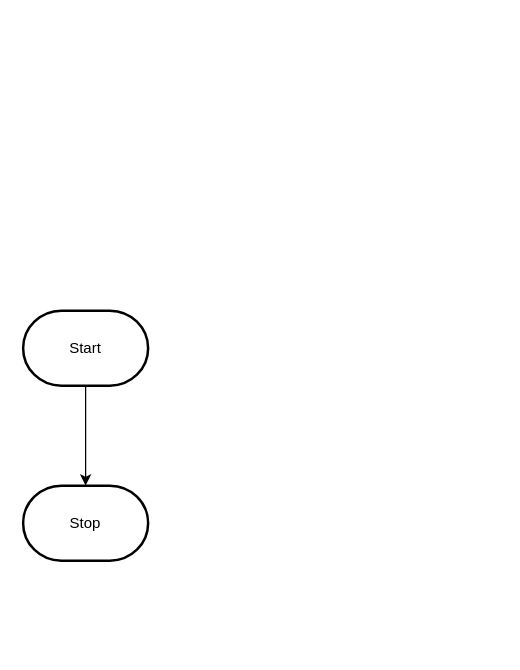
Before: design/flowchart.drawio in MTHS-ICS2O-2-2022/ICS2O-Unit-3-02-Olivia-Boyce-Richardson, a draw.io diagram. Source tidied: cells renumbered, new cells numbered last; positions are measured from the earlier drawing's top-left corner, leaving out a move shared by most shapes. Both pictures are drawn from the tidied source at 125%, with x=0, y=0 at pixel (22, 310).
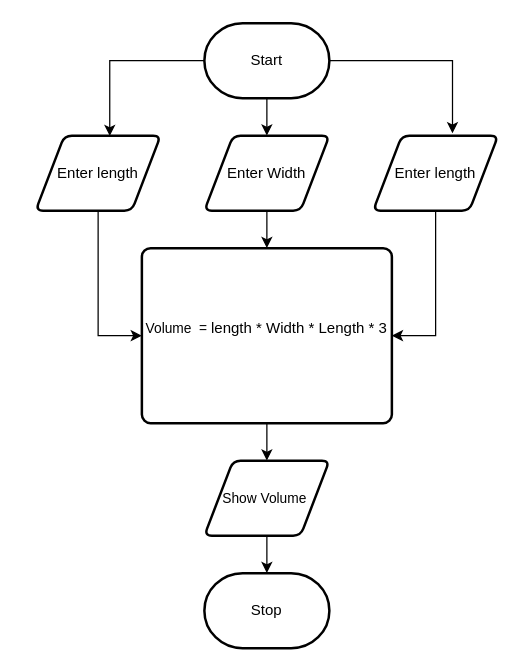
Above is the later version.

Change to the diagram source:
```diff
@@
 <mxGraphModel>
   <root>
     <mxCell id="0" />
     <mxCell id="1" parent="0" />
-    <mxCell id="2" style="edgeStyle=orthogonalEdgeStyle;html=1;rounded=0;" parent="1" edge="1" source="3" target="4">
-      <mxGeometry relative="1" as="geometry" />
-    </mxCell>
+    <mxCell id="5" style="edgeStyle=orthogonalEdgeStyle;html=1;" parent="1" edge="1" source="3" target="11">
+      <mxGeometry relative="1" as="geometry" />
+    </mxCell>
+    <mxCell id="6" style="edgeStyle=orthogonalEdgeStyle;html=1;entryX=0.593;entryY=0.004;entryDx=0;entryDy=0;entryPerimeter=0;rounded=0;" parent="1" edge="1" source="3" target="9">
+      <mxGeometry relative="1" as="geometry" />
+    </mxCell>
+    <mxCell id="7" style="edgeStyle=orthogonalEdgeStyle;html=1;entryX=0.635;entryY=-0.031;entryDx=0;entryDy=0;entryPerimeter=0;rounded=0;" parent="1" edge="1" source="3" target="13">
+      <mxGeometry relative="1" as="geometry" />
+    </mxCell>
     <mxCell id="3" value="Start" style="strokeWidth=2;html=1;shape=mxgraph.flowchart.terminator;whiteSpace=wrap;" parent="1" vertex="1">
-      <mxGeometry width="100" height="60" as="geometry" />
+      <mxGeometry x="145" y="-230" width="100" height="60" as="geometry" />
     </mxCell>
     <mxCell id="4" value="Stop" style="strokeWidth=2;html=1;shape=mxgraph.flowchart.terminator;whiteSpace=wrap;" parent="1" vertex="1">
-      <mxGeometry y="140" width="100" height="60" as="geometry" />
+      <mxGeometry x="145" y="210" width="100" height="60" as="geometry" />
     </mxCell>
+    <mxCell id="8" style="edgeStyle=orthogonalEdgeStyle;shape=connector;rounded=0;html=1;labelBackgroundColor=default;strokeColor=default;fontFamily=Helvetica;fontSize=11;fontColor=default;endArrow=classic;entryX=0;entryY=0.5;entryDx=0;entryDy=0;" parent="1" edge="1" source="9" target="15">
+      <mxGeometry relative="1" as="geometry" />
+    </mxCell>
+    <mxCell id="9" value="Enter length" style="shape=parallelogram;html=1;strokeWidth=2;perimeter=parallelogramPerimeter;whiteSpace=wrap;rounded=1;arcSize=12;size=0.23;" parent="1" vertex="1">
+      <mxGeometry x="10" y="-140" width="100" height="60" as="geometry" />
+    </mxCell>
+    <mxCell id="10" style="edgeStyle=orthogonalEdgeStyle;shape=connector;rounded=0;html=1;labelBackgroundColor=default;strokeColor=default;fontFamily=Helvetica;fontSize=11;fontColor=default;endArrow=classic;" parent="1" edge="1" source="11" target="15">
+      <mxGeometry relative="1" as="geometry" />
+    </mxCell>
+    <mxCell id="11" value="Enter Width" style="shape=parallelogram;html=1;strokeWidth=2;perimeter=parallelogramPerimeter;whiteSpace=wrap;rounded=1;arcSize=12;size=0.23;" parent="1" vertex="1">
+      <mxGeometry x="145" y="-140" width="100" height="60" as="geometry" />
+    </mxCell>
+    <mxCell id="12" style="edgeStyle=orthogonalEdgeStyle;shape=connector;rounded=0;html=1;labelBackgroundColor=default;strokeColor=default;fontFamily=Helvetica;fontSize=11;fontColor=default;endArrow=classic;entryX=1;entryY=0.5;entryDx=0;entryDy=0;" parent="1" edge="1" source="13" target="15">
+      <mxGeometry relative="1" as="geometry" />
+    </mxCell>
+    <mxCell id="13" value="Enter length" style="shape=parallelogram;html=1;strokeWidth=2;perimeter=parallelogramPerimeter;whiteSpace=wrap;rounded=1;arcSize=12;size=0.23;" parent="1" vertex="1">
+      <mxGeometry x="280" y="-140" width="100" height="60" as="geometry" />
+    </mxCell>
+    <mxCell id="14" style="edgeStyle=orthogonalEdgeStyle;shape=connector;rounded=0;html=1;labelBackgroundColor=default;strokeColor=default;fontFamily=Helvetica;fontSize=11;fontColor=default;endArrow=classic;" parent="1" edge="1" source="15" target="17">
+      <mxGeometry relative="1" as="geometry" />
+    </mxCell>
+    <mxCell id="15" value="Volume&amp;nbsp; =&amp;nbsp;&lt;span style=&quot;font-size: 12px;&quot;&gt;length * Width * Length * 3&lt;/span&gt;&lt;br&gt;&amp;nbsp;" style="rounded=1;whiteSpace=wrap;html=1;absoluteArcSize=1;arcSize=14;strokeWidth=2;fontFamily=Helvetica;fontSize=11;fontColor=default;" parent="1" vertex="1">
+      <mxGeometry x="95" y="-50" width="200" height="140" as="geometry" />
+    </mxCell>
+    <mxCell id="16" style="edgeStyle=orthogonalEdgeStyle;shape=connector;rounded=0;html=1;labelBackgroundColor=default;strokeColor=default;fontFamily=Helvetica;fontSize=11;fontColor=default;endArrow=classic;" parent="1" edge="1" source="17" target="4">
+      <mxGeometry relative="1" as="geometry" />
+    </mxCell>
+    <mxCell id="17" value="Show Volume&amp;nbsp;" style="shape=parallelogram;html=1;strokeWidth=2;perimeter=parallelogramPerimeter;whiteSpace=wrap;rounded=1;arcSize=12;size=0.23;fontFamily=Helvetica;fontSize=11;fontColor=default;" parent="1" vertex="1">
+      <mxGeometry x="145" y="120" width="100" height="60" as="geometry" />
+    </mxCell>
   </root>
 </mxGraphModel>
```
